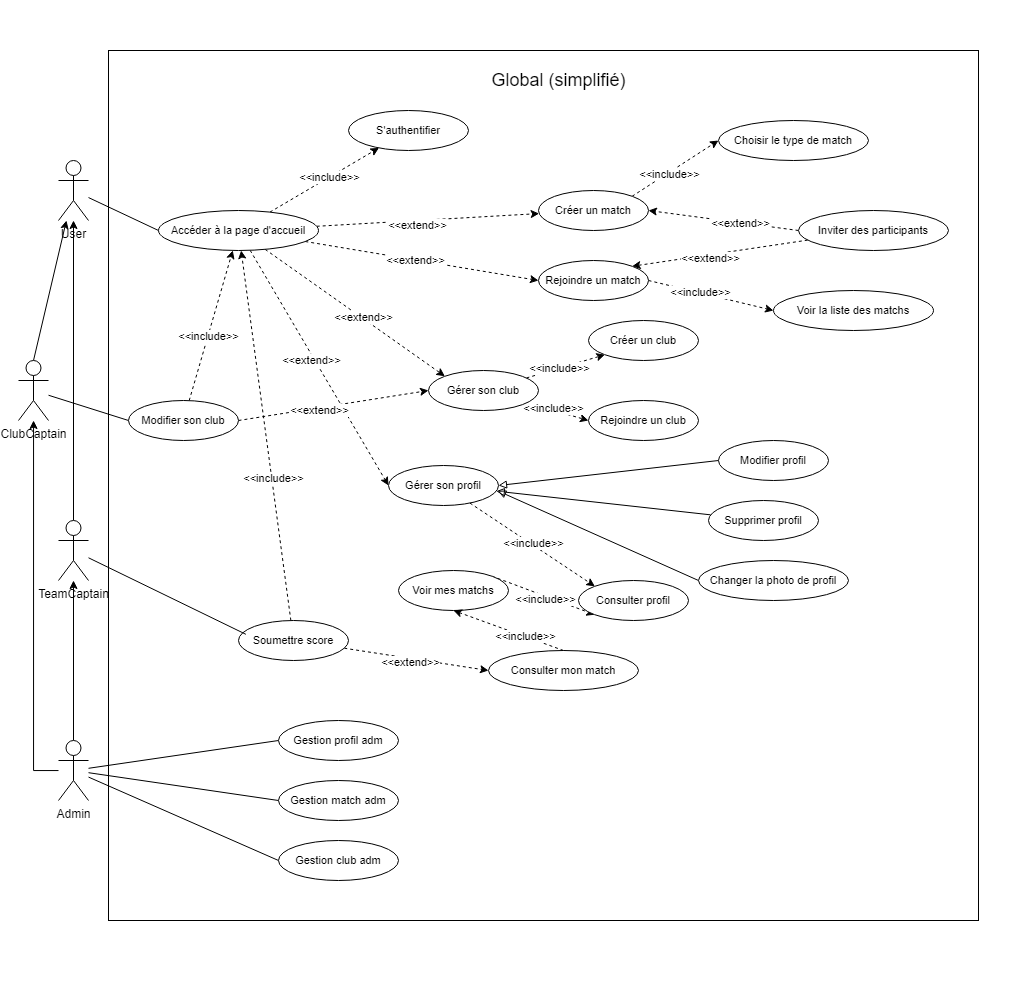
Earlier version of the draw.io export Diagram use case Global simplifié.drawio.png (Mathistrg/Styx). Source tidied: cells renumbered, new cells last; positions are measured from the earlier drawing's top-left corner, leaving out a move shared by most shapes.
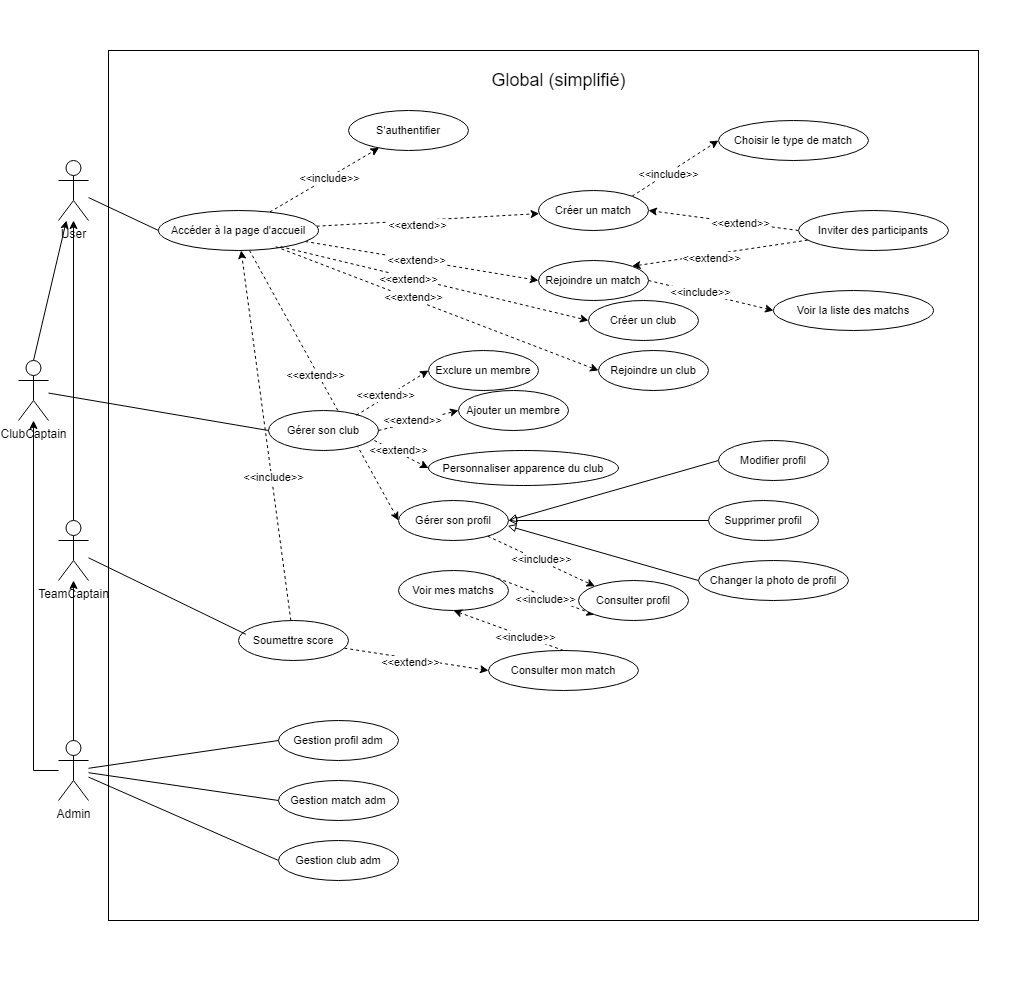
Later version of the same file.

Commit message:
Mettre à jour Diagram use case Global simplifié.drawio.png

Change to the diagram source:
```diff
@@ -20,7 +20,7 @@
     <mxCell id="7" value="User" style="shape=umlActor;verticalLabelPosition=bottom;verticalAlign=top;html=1;outlineConnect=0;" parent="1" vertex="1">
       <mxGeometry x="40" y="160" width="30" height="60" as="geometry" />
     </mxCell>
-    <mxCell id="8" style="edgeStyle=none;shape=connector;rounded=0;jettySize=auto;html=1;entryX=0;entryY=0.5;entryDx=0;entryDy=0;strokeColor=default;align=center;verticalAlign=middle;fontFamily=Helvetica;fontSize=11;fontColor=default;labelBackgroundColor=default;endArrow=none;endFill=0;" parent="1" edge="1" source="9" target="57">
+    <mxCell id="8" style="edgeStyle=none;shape=connector;rounded=0;jettySize=auto;html=1;entryX=0;entryY=0.5;entryDx=0;entryDy=0;strokeColor=default;align=center;verticalAlign=middle;fontFamily=Helvetica;fontSize=11;fontColor=default;labelBackgroundColor=default;endArrow=none;endFill=0;" parent="1" edge="1" source="9" target="52">
       <mxGeometry relative="1" as="geometry" />
     </mxCell>
     <mxCell id="9" value="ClubCaptain" style="shape=umlActor;verticalLabelPosition=bottom;verticalAlign=top;html=1;outlineConnect=0;" parent="1" vertex="1">
@@ -80,12 +80,6 @@
     <mxCell id="27" value="&amp;lt;&amp;lt;extend&amp;gt;&amp;gt;" style="edgeLabel;html=1;align=center;verticalAlign=middle;fontFamily=Helvetica;fontSize=11;fontColor=default;labelBackgroundColor=default;" parent="26" vertex="1">
       <mxGeometry x="-0.06" relative="1" as="geometry" />
     </mxCell>
-    <mxCell id="28" value="z" style="edgeStyle=none;shape=connector;rounded=0;jettySize=auto;html=1;entryX=0;entryY=0;entryDx=0;entryDy=0;dashed=1;strokeColor=default;align=center;verticalAlign=middle;fontFamily=Helvetica;fontSize=11;fontColor=default;labelBackgroundColor=default;endArrow=classic;endFill=1;" parent="1" edge="1" source="32" target="52">
-      <mxGeometry relative="1" as="geometry" />
-    </mxCell>
-    <mxCell id="29" value="&amp;lt;&amp;lt;extend&amp;gt;&amp;gt;" style="edgeLabel;html=1;align=center;verticalAlign=middle;fontFamily=Helvetica;fontSize=11;fontColor=default;labelBackgroundColor=default;" parent="28" vertex="1">
-      <mxGeometry x="0.08" y="1" relative="1" as="geometry" />
-    </mxCell>
     <mxCell id="30" style="edgeStyle=none;shape=connector;rounded=0;jettySize=auto;html=1;entryX=0;entryY=0.5;entryDx=0;entryDy=0;dashed=1;strokeColor=default;align=center;verticalAlign=middle;fontFamily=Helvetica;fontSize=11;fontColor=default;labelBackgroundColor=default;endArrow=classic;endFill=1;" parent="1" edge="1" source="32" target="60">
       <mxGeometry relative="1" as="geometry" />
     </mxCell>
@@ -138,44 +132,29 @@
     <mxCell id="45" value="Voir la liste des matchs" style="ellipse;whiteSpace=wrap;html=1;fontFamily=Helvetica;fontSize=11;fontColor=default;labelBackgroundColor=default;" parent="1" vertex="1">
       <mxGeometry x="755" y="290" width="160" height="40" as="geometry" />
     </mxCell>
-    <mxCell id="46" style="edgeStyle=none;shape=connector;rounded=0;jettySize=auto;html=1;entryX=0;entryY=1;entryDx=0;entryDy=0;dashed=1;strokeColor=default;align=center;verticalAlign=middle;fontFamily=Helvetica;fontSize=11;fontColor=default;labelBackgroundColor=default;endArrow=classic;endFill=1;" parent="1" edge="1" source="52" target="53">
+    <mxCell id="46" style="edgeStyle=none;shape=connector;rounded=0;jettySize=auto;html=1;entryX=0;entryY=0.5;entryDx=0;entryDy=0;dashed=1;strokeColor=default;align=center;verticalAlign=middle;fontFamily=Helvetica;fontSize=11;fontColor=default;labelBackgroundColor=default;endArrow=classic;endFill=1;exitX=0.763;exitY=0.905;exitDx=0;exitDy=0;exitPerimeter=0;" parent="1" edge="1" source="32" target="53">
       <mxGeometry relative="1" as="geometry" />
     </mxCell>
-    <mxCell id="47" value="&amp;lt;&amp;lt;include&amp;gt;&amp;gt;" style="edgeLabel;html=1;align=center;verticalAlign=middle;fontFamily=Helvetica;fontSize=11;fontColor=default;labelBackgroundColor=default;" parent="46" vertex="1">
-      <mxGeometry x="-0.17" relative="1" as="geometry" />
+    <mxCell id="47" value="&amp;lt;&amp;lt;extend&amp;gt;&amp;gt;" style="edgeLabel;html=1;align=center;verticalAlign=middle;fontFamily=Helvetica;fontSize=11;fontColor=default;labelBackgroundColor=default;" parent="46" vertex="1">
+      <mxGeometry x="-0.17" relative="1" as="geometry">
+        <mxPoint x="-1" y="2" as="offset" />
+      </mxGeometry>
     </mxCell>
-    <mxCell id="48" style="edgeStyle=none;shape=connector;rounded=0;jettySize=auto;html=1;entryX=0;entryY=0.5;entryDx=0;entryDy=0;dashed=1;strokeColor=default;align=center;verticalAlign=middle;fontFamily=Helvetica;fontSize=11;fontColor=default;labelBackgroundColor=default;endArrow=classic;endFill=1;" parent="1" edge="1" source="52" target="54">
+    <mxCell id="48" style="edgeStyle=none;shape=connector;rounded=0;jettySize=auto;html=1;entryX=0;entryY=0.5;entryDx=0;entryDy=0;dashed=1;strokeColor=default;align=center;verticalAlign=middle;fontFamily=Helvetica;fontSize=11;fontColor=default;labelBackgroundColor=default;endArrow=classic;endFill=1;exitX=0.733;exitY=0.905;exitDx=0;exitDy=0;exitPerimeter=0;" parent="1" edge="1" source="32" target="54">
       <mxGeometry relative="1" as="geometry" />
     </mxCell>
-    <mxCell id="49" value="&amp;lt;&amp;lt;include&amp;gt;&amp;gt;" style="edgeLabel;html=1;align=center;verticalAlign=middle;fontFamily=Helvetica;fontSize=11;fontColor=default;labelBackgroundColor=default;" parent="48" vertex="1">
+    <mxCell id="49" value="&amp;lt;&amp;lt;extend&amp;gt;&amp;gt;" style="edgeLabel;html=1;align=center;verticalAlign=middle;fontFamily=Helvetica;fontSize=11;fontColor=default;labelBackgroundColor=default;" parent="48" vertex="1">
       <mxGeometry x="-0.16" y="2" relative="1" as="geometry" />
     </mxCell>
-    <mxCell id="50" style="edgeStyle=none;shape=connector;rounded=0;jettySize=auto;html=1;entryX=0;entryY=0.5;entryDx=0;entryDy=0;dashed=1;strokeColor=default;align=center;verticalAlign=middle;fontFamily=Helvetica;fontSize=11;fontColor=default;labelBackgroundColor=default;endArrow=classic;endFill=1;exitX=1;exitY=0.5;exitDx=0;exitDy=0;" parent="1" edge="1" source="57" target="52">
-      <mxGeometry relative="1" as="geometry" />
-    </mxCell>
-    <mxCell id="51" value="&amp;lt;&amp;lt;extend&amp;gt;&amp;gt;" style="edgeLabel;html=1;align=center;verticalAlign=middle;fontFamily=Helvetica;fontSize=11;fontColor=default;labelBackgroundColor=default;" parent="50" vertex="1">
-      <mxGeometry x="0.01" y="1" relative="1" as="geometry">
-        <mxPoint x="-15" y="6" as="offset" />
-      </mxGeometry>
-    </mxCell>
     <mxCell id="52" value="Gérer son club" style="ellipse;whiteSpace=wrap;html=1;fontFamily=Helvetica;fontSize=11;fontColor=default;labelBackgroundColor=default;" parent="1" vertex="1">
-      <mxGeometry x="410" y="370" width="110" height="40" as="geometry" />
+      <mxGeometry x="250" y="410" width="110" height="40" as="geometry" />
     </mxCell>
     <mxCell id="53" value="Créer un club" style="ellipse;whiteSpace=wrap;html=1;fontFamily=Helvetica;fontSize=11;fontColor=default;labelBackgroundColor=default;" parent="1" vertex="1">
-      <mxGeometry x="570" y="320" width="110" height="40" as="geometry" />
+      <mxGeometry x="570" y="300" width="110" height="40" as="geometry" />
     </mxCell>
     <mxCell id="54" value="Rejoindre un club" style="ellipse;whiteSpace=wrap;html=1;fontFamily=Helvetica;fontSize=11;fontColor=default;labelBackgroundColor=default;" parent="1" vertex="1">
-      <mxGeometry x="570" y="400" width="110" height="40" as="geometry" />
+      <mxGeometry x="580" y="350" width="110" height="40" as="geometry" />
     </mxCell>
-    <mxCell id="55" style="edgeStyle=none;shape=connector;rounded=0;jettySize=auto;html=1;dashed=1;strokeColor=default;align=center;verticalAlign=middle;fontFamily=Helvetica;fontSize=11;fontColor=default;labelBackgroundColor=default;endArrow=classic;endFill=1;" parent="1" edge="1" source="57" target="32">
-      <mxGeometry relative="1" as="geometry" />
-    </mxCell>
-    <mxCell id="56" value="&amp;lt;&amp;lt;include&amp;gt;&amp;gt;" style="edgeLabel;html=1;align=center;verticalAlign=middle;fontFamily=Helvetica;fontSize=11;fontColor=default;labelBackgroundColor=default;" parent="55" vertex="1">
-      <mxGeometry x="-0.13" relative="1" as="geometry" />
-    </mxCell>
-    <mxCell id="57" value="Modifier son club" style="ellipse;whiteSpace=wrap;html=1;fontFamily=Helvetica;fontSize=11;fontColor=default;labelBackgroundColor=default;" parent="1" vertex="1">
-      <mxGeometry x="110" y="400" width="110" height="40" as="geometry" />
-    </mxCell>
     <mxCell id="58" style="edgeStyle=none;shape=connector;rounded=0;jettySize=auto;html=1;entryX=0;entryY=0;entryDx=0;entryDy=0;dashed=1;strokeColor=default;align=center;verticalAlign=middle;fontFamily=Helvetica;fontSize=11;fontColor=default;labelBackgroundColor=default;endArrow=classic;endFill=1;" parent="1" edge="1" source="60" target="64">
       <mxGeometry relative="1" as="geometry" />
     </mxCell>
@@ -183,7 +162,7 @@
       <mxGeometry x="-0.02" y="2" relative="1" as="geometry" />
     </mxCell>
     <mxCell id="60" value="Gérer son profil" style="ellipse;whiteSpace=wrap;html=1;fontFamily=Helvetica;fontSize=11;fontColor=default;labelBackgroundColor=default;" parent="1" vertex="1">
-      <mxGeometry x="370" y="465" width="110" height="40" as="geometry" />
+      <mxGeometry x="380" y="500" width="110" height="40" as="geometry" />
     </mxCell>
     <mxCell id="61" style="edgeStyle=none;shape=connector;rounded=0;jettySize=auto;html=1;strokeColor=default;align=center;verticalAlign=middle;fontFamily=Helvetica;fontSize=11;fontColor=default;labelBackgroundColor=default;endArrow=block;endFill=0;exitX=0;exitY=0.5;exitDx=0;exitDy=0;entryX=1;entryY=0.5;entryDx=0;entryDy=0;" parent="1" edge="1" source="66" target="60">
       <mxGeometry relative="1" as="geometry" />
@@ -244,5 +223,32 @@
     <mxCell id="79" style="rounded=0;jettySize=auto;html=1;entryX=0.067;entryY=0.345;entryDx=0;entryDy=0;entryPerimeter=0;endArrow=none;endFill=0;" parent="1" edge="1" source="20" target="76">
       <mxGeometry relative="1" as="geometry" />
     </mxCell>
+    <mxCell id="80" value="Exclure un membre" style="ellipse;whiteSpace=wrap;html=1;fontFamily=Helvetica;fontSize=11;fontColor=default;labelBackgroundColor=default;" parent="1" vertex="1">
+      <mxGeometry x="410" y="350" width="110" height="40" as="geometry" />
+    </mxCell>
+    <mxCell id="81" value="Ajouter un membre" style="ellipse;whiteSpace=wrap;html=1;fontFamily=Helvetica;fontSize=11;fontColor=default;labelBackgroundColor=default;" parent="1" vertex="1">
+      <mxGeometry x="440" y="390" width="110" height="40" as="geometry" />
+    </mxCell>
+    <mxCell id="82" value="Personnaliser apparence du club" style="ellipse;whiteSpace=wrap;html=1;fontFamily=Helvetica;fontSize=11;fontColor=default;labelBackgroundColor=default;" parent="1" vertex="1">
+      <mxGeometry x="410" y="450" width="190" height="35" as="geometry" />
+    </mxCell>
+    <mxCell id="83" style="edgeStyle=none;shape=connector;rounded=0;jettySize=auto;html=1;entryX=0;entryY=0.5;entryDx=0;entryDy=0;dashed=1;strokeColor=default;align=center;verticalAlign=middle;fontFamily=Helvetica;fontSize=11;fontColor=default;labelBackgroundColor=default;endArrow=classic;endFill=1;exitX=0.799;exitY=0.12;exitDx=0;exitDy=0;exitPerimeter=0;" parent="1" edge="1" source="52" target="80">
+      <mxGeometry relative="1" as="geometry" />
+    </mxCell>
+    <mxCell id="84" value="&amp;lt;&amp;lt;extend&amp;gt;&amp;gt;" style="edgeLabel;html=1;align=center;verticalAlign=middle;fontFamily=Helvetica;fontSize=11;fontColor=default;labelBackgroundColor=default;" parent="83" vertex="1">
+      <mxGeometry x="-0.16" y="2" relative="1" as="geometry" />
+    </mxCell>
+    <mxCell id="85" style="edgeStyle=none;shape=connector;rounded=0;jettySize=auto;html=1;entryX=0;entryY=0.5;entryDx=0;entryDy=0;dashed=1;strokeColor=default;align=center;verticalAlign=middle;fontFamily=Helvetica;fontSize=11;fontColor=default;labelBackgroundColor=default;endArrow=classic;endFill=1;exitX=1;exitY=0.5;exitDx=0;exitDy=0;" parent="1" edge="1" source="52" target="81">
+      <mxGeometry relative="1" as="geometry" />
+    </mxCell>
+    <mxCell id="86" value="&amp;lt;&amp;lt;extend&amp;gt;&amp;gt;" style="edgeLabel;html=1;align=center;verticalAlign=middle;fontFamily=Helvetica;fontSize=11;fontColor=default;labelBackgroundColor=default;" parent="85" vertex="1">
+      <mxGeometry x="-0.16" y="2" relative="1" as="geometry" />
+    </mxCell>
+    <mxCell id="87" style="edgeStyle=none;shape=connector;rounded=0;jettySize=auto;html=1;entryX=0;entryY=0.5;entryDx=0;entryDy=0;dashed=1;strokeColor=default;align=center;verticalAlign=middle;fontFamily=Helvetica;fontSize=11;fontColor=default;labelBackgroundColor=default;endArrow=classic;endFill=1;exitX=0.962;exitY=0.749;exitDx=0;exitDy=0;exitPerimeter=0;" parent="1" edge="1" source="52" target="82">
+      <mxGeometry relative="1" as="geometry" />
+    </mxCell>
+    <mxCell id="88" value="&amp;lt;&amp;lt;extend&amp;gt;&amp;gt;" style="edgeLabel;html=1;align=center;verticalAlign=middle;fontFamily=Helvetica;fontSize=11;fontColor=default;labelBackgroundColor=default;" parent="87" vertex="1">
+      <mxGeometry x="-0.16" y="2" relative="1" as="geometry" />
+    </mxCell>
   </root>
 </mxGraphModel>
```
